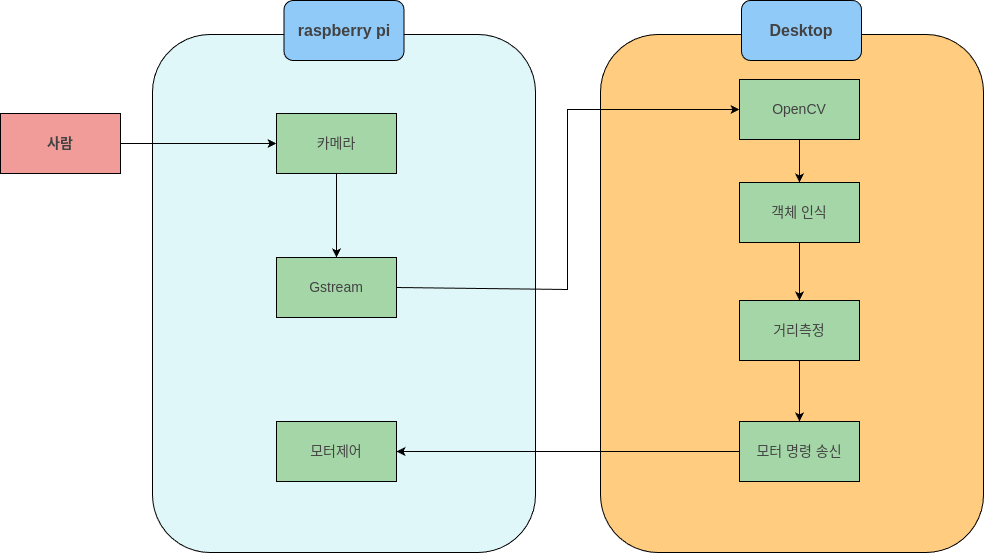
The draw.io diagram images/구성도.png in jsamez/05-tailer-swift, before a commit. Source tidied: cells renumbered, new cells last; positions are measured from the earlier drawing's top-left corner, leaving out a move shared by most shapes. Source of this version:
```xml
<mxGraphModel>
  <root>
    <mxCell id="0" />
    <mxCell id="1" parent="0" />
    <mxCell id="2" style="rounded=1;whiteSpace=wrap;html=1;fillColor=#E0F7FA;" parent="1" vertex="1">
      <mxGeometry x="152" y="34" width="383" height="518" as="geometry" />
    </mxCell>
    <mxCell id="3" value="raspberry pi" style="rounded=1;whiteSpace=wrap;html=1;strokeColor=#000000;fillColor=#90CAF9;fontColor=#424242;fontSize=16;fontStyle=1;" parent="1" vertex="1">
      <mxGeometry x="283.5" width="120" height="60" as="geometry" />
    </mxCell>
    <mxCell id="4" style="edgeStyle=orthogonalEdgeStyle;rounded=0;jettySize=auto;html=1;" parent="1" edge="1" source="5" target="8">
      <mxGeometry relative="1" as="geometry" />
    </mxCell>
    <mxCell id="5" value="카메라" style="rounded=0;whiteSpace=wrap;html=1;strokeColor=default;fillColor=#A5D6A7;fontColor=#424242;fontSize=14;" parent="1" vertex="1">
      <mxGeometry x="276" y="113" width="120" height="60" as="geometry" />
    </mxCell>
    <mxCell id="6" value="사람" style="rounded=0;whiteSpace=wrap;html=1;strokeColor=#000000;fillColor=#F19C99;fontColor=#424242;fontSize=14;fontStyle=1;" parent="1" vertex="1">
      <mxGeometry y="113" width="120" height="60" as="geometry" />
    </mxCell>
    <mxCell id="7" style="endArrow=classic;html=1;rounded=0;exitX=1;exitY=0.5;exitDx=0;exitDy=0;entryX=0;entryY=0.5;entryDx=0;entryDy=0;" parent="1" edge="1" source="6" target="5">
      <mxGeometry relative="1" as="geometry" />
    </mxCell>
    <mxCell id="8" value="Gstream" style="rounded=0;whiteSpace=wrap;html=1;strokeColor=default;fillColor=#A5D6A7;fontColor=#424242;fontSize=14;" parent="1" vertex="1">
      <mxGeometry x="276" y="257" width="120" height="60" as="geometry" />
    </mxCell>
    <mxCell id="9" style="rounded=1;whiteSpace=wrap;html=1;fillColor=#FFCC80;" parent="1" vertex="1">
      <mxGeometry x="600" y="34" width="383" height="518" as="geometry" />
    </mxCell>
    <mxCell id="10" value="Desktop" style="rounded=1;whiteSpace=wrap;html=1;strokeColor=#000000;fillColor=#90CAF9;fontColor=#424242;fontSize=16;fontStyle=1;" parent="1" vertex="1">
      <mxGeometry x="741" width="120" height="60" as="geometry" />
    </mxCell>
    <mxCell id="11" style="edgeStyle=orthogonalEdgeStyle;rounded=0;jettySize=auto;html=1;" parent="1" edge="1" source="12" target="15">
      <mxGeometry relative="1" as="geometry" />
    </mxCell>
    <mxCell id="12" value="OpenCV" style="rounded=0;whiteSpace=wrap;html=1;strokeColor=default;fillColor=#A5D6A7;fontColor=#424242;fontSize=14;" parent="1" vertex="1">
      <mxGeometry x="739" y="79" width="120" height="60" as="geometry" />
    </mxCell>
    <mxCell id="13" style="endArrow=classic;html=1;rounded=0;exitX=1;exitY=0.5;exitDx=0;exitDy=0;entryX=0;entryY=0.5;entryDx=0;entryDy=0;" parent="1" edge="1" source="8" target="12">
      <mxGeometry relative="1" as="geometry">
        <Array as="points">
          <mxPoint x="567" y="289" />
          <mxPoint x="567" y="109" />
        </Array>
      </mxGeometry>
    </mxCell>
    <mxCell id="14" style="edgeStyle=orthogonalEdgeStyle;rounded=0;jettySize=auto;html=1;" parent="1" edge="1" source="15" target="17">
      <mxGeometry relative="1" as="geometry" />
    </mxCell>
    <mxCell id="15" value="객체 인식" style="rounded=0;whiteSpace=wrap;html=1;strokeColor=default;fillColor=#A5D6A7;fontColor=#424242;fontSize=14;" parent="1" vertex="1">
      <mxGeometry x="739" y="182" width="120" height="60" as="geometry" />
    </mxCell>
    <mxCell id="16" style="edgeStyle=orthogonalEdgeStyle;rounded=0;jettySize=auto;html=1;" parent="1" edge="1" source="17" target="19">
      <mxGeometry relative="1" as="geometry" />
    </mxCell>
    <mxCell id="17" value="거리측정" style="rounded=0;whiteSpace=wrap;html=1;strokeColor=default;fillColor=#A5D6A7;fontColor=#424242;fontSize=14;" parent="1" vertex="1">
      <mxGeometry x="739" y="300" width="120" height="60" as="geometry" />
    </mxCell>
    <mxCell id="18" style="edgeStyle=orthogonalEdgeStyle;rounded=0;jettySize=auto;html=1;" parent="1" edge="1" source="19" target="20">
      <mxGeometry relative="1" as="geometry" />
    </mxCell>
    <mxCell id="19" value="모터 명령 송신" style="rounded=0;whiteSpace=wrap;html=1;strokeColor=default;fillColor=#A5D6A7;fontColor=#424242;fontSize=14;" parent="1" vertex="1">
      <mxGeometry x="739" y="421" width="120" height="60" as="geometry" />
    </mxCell>
    <mxCell id="20" value="모터제어" style="rounded=0;whiteSpace=wrap;html=1;strokeColor=default;fillColor=#A5D6A7;fontColor=#424242;fontSize=14;" parent="1" vertex="1">
      <mxGeometry x="276" y="421" width="120" height="60" as="geometry" />
    </mxCell>
  </root>
</mxGraphModel>
```
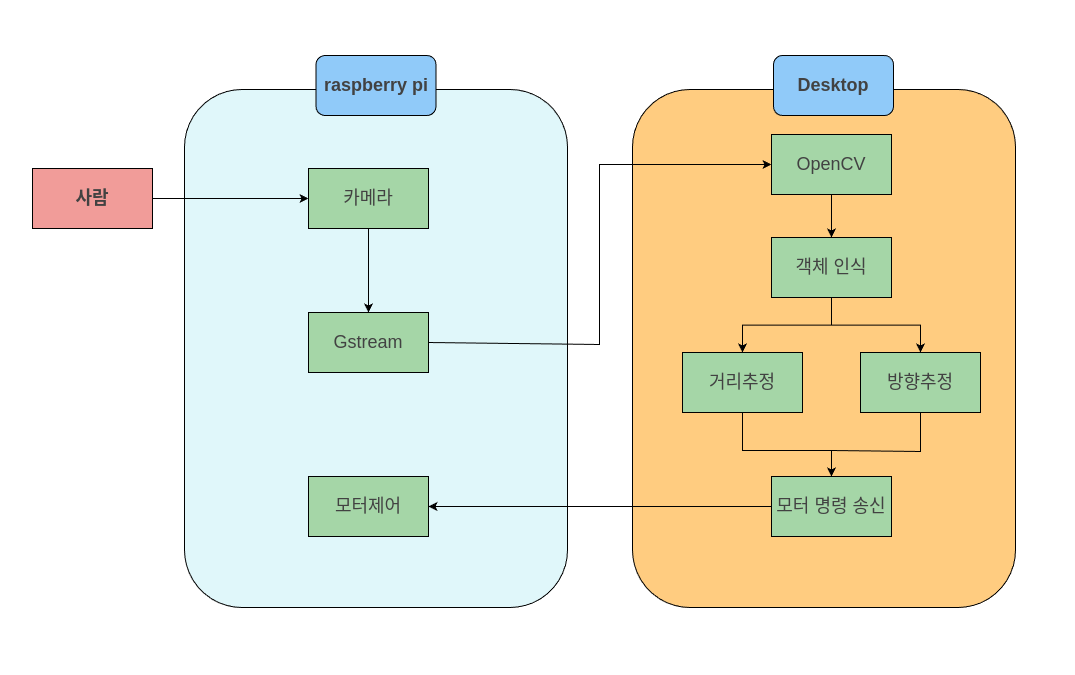
Later version of the same file.

What changed in the source:
```diff
@@ -2,40 +2,43 @@
   <root>
     <mxCell id="0" />
     <mxCell id="1" parent="0" />
+    <mxCell id="21" style="rounded=0;whiteSpace=wrap;html=1;fillColor=none;strokeColor=#FFFFFF;" parent="1" vertex="1">
+      <mxGeometry x="-32" y="-55" width="1074" height="674" as="geometry" />
+    </mxCell>
-    <mxCell id="2" style="rounded=1;whiteSpace=wrap;html=1;fillColor=#E0F7FA;" parent="1" vertex="1">
+    <mxCell id="2" style="rounded=1;whiteSpace=wrap;html=1;fillColor=#E0F7FA;fontSize=18;" parent="1" vertex="1">
       <mxGeometry x="152" y="34" width="383" height="518" as="geometry" />
     </mxCell>
-    <mxCell id="3" value="raspberry pi" style="rounded=1;whiteSpace=wrap;html=1;strokeColor=#000000;fillColor=#90CAF9;fontColor=#424242;fontSize=16;fontStyle=1;" parent="1" vertex="1">
+    <mxCell id="3" value="raspberry pi" style="rounded=1;whiteSpace=wrap;html=1;strokeColor=#000000;fillColor=#90CAF9;fontColor=#424242;fontSize=18;fontStyle=1;" parent="1" vertex="1">
       <mxGeometry x="283.5" width="120" height="60" as="geometry" />
     </mxCell>
-    <mxCell id="4" style="edgeStyle=orthogonalEdgeStyle;rounded=0;jettySize=auto;html=1;" parent="1" edge="1" source="5" target="8">
+    <mxCell id="4" style="edgeStyle=orthogonalEdgeStyle;rounded=0;jettySize=auto;html=1;fontSize=18;" parent="1" edge="1" source="5" target="8">
       <mxGeometry relative="1" as="geometry" />
     </mxCell>
-    <mxCell id="5" value="카메라" style="rounded=0;whiteSpace=wrap;html=1;strokeColor=default;fillColor=#A5D6A7;fontColor=#424242;fontSize=14;" parent="1" vertex="1">
+    <mxCell id="5" value="카메라" style="rounded=0;whiteSpace=wrap;html=1;strokeColor=default;fillColor=#A5D6A7;fontColor=#424242;fontSize=18;" parent="1" vertex="1">
       <mxGeometry x="276" y="113" width="120" height="60" as="geometry" />
     </mxCell>
-    <mxCell id="6" value="사람" style="rounded=0;whiteSpace=wrap;html=1;strokeColor=#000000;fillColor=#F19C99;fontColor=#424242;fontSize=14;fontStyle=1;" parent="1" vertex="1">
+    <mxCell id="6" value="사람" style="rounded=0;whiteSpace=wrap;html=1;strokeColor=#000000;fillColor=#F19C99;fontColor=#424242;fontSize=18;fontStyle=1;" parent="1" vertex="1">
       <mxGeometry y="113" width="120" height="60" as="geometry" />
     </mxCell>
-    <mxCell id="7" style="endArrow=classic;html=1;rounded=0;exitX=1;exitY=0.5;exitDx=0;exitDy=0;entryX=0;entryY=0.5;entryDx=0;entryDy=0;" parent="1" edge="1" source="6" target="5">
+    <mxCell id="7" style="endArrow=classic;html=1;rounded=0;exitX=1;exitY=0.5;exitDx=0;exitDy=0;entryX=0;entryY=0.5;entryDx=0;entryDy=0;fontSize=18;" parent="1" edge="1" source="6" target="5">
       <mxGeometry relative="1" as="geometry" />
     </mxCell>
-    <mxCell id="8" value="Gstream" style="rounded=0;whiteSpace=wrap;html=1;strokeColor=default;fillColor=#A5D6A7;fontColor=#424242;fontSize=14;" parent="1" vertex="1">
+    <mxCell id="8" value="Gstream" style="rounded=0;whiteSpace=wrap;html=1;strokeColor=default;fillColor=#A5D6A7;fontColor=#424242;fontSize=18;" parent="1" vertex="1">
       <mxGeometry x="276" y="257" width="120" height="60" as="geometry" />
     </mxCell>
-    <mxCell id="9" style="rounded=1;whiteSpace=wrap;html=1;fillColor=#FFCC80;" parent="1" vertex="1">
+    <mxCell id="9" style="rounded=1;whiteSpace=wrap;html=1;fillColor=#FFCC80;fontSize=18;" parent="1" vertex="1">
       <mxGeometry x="600" y="34" width="383" height="518" as="geometry" />
     </mxCell>
-    <mxCell id="10" value="Desktop" style="rounded=1;whiteSpace=wrap;html=1;strokeColor=#000000;fillColor=#90CAF9;fontColor=#424242;fontSize=16;fontStyle=1;" parent="1" vertex="1">
+    <mxCell id="10" value="Desktop" style="rounded=1;whiteSpace=wrap;html=1;strokeColor=#000000;fillColor=#90CAF9;fontColor=#424242;fontSize=18;fontStyle=1;" parent="1" vertex="1">
       <mxGeometry x="741" width="120" height="60" as="geometry" />
     </mxCell>
-    <mxCell id="11" style="edgeStyle=orthogonalEdgeStyle;rounded=0;jettySize=auto;html=1;" parent="1" edge="1" source="12" target="15">
+    <mxCell id="11" style="edgeStyle=orthogonalEdgeStyle;rounded=0;jettySize=auto;html=1;fontSize=18;" parent="1" edge="1" source="12" target="15">
       <mxGeometry relative="1" as="geometry" />
     </mxCell>
-    <mxCell id="12" value="OpenCV" style="rounded=0;whiteSpace=wrap;html=1;strokeColor=default;fillColor=#A5D6A7;fontColor=#424242;fontSize=14;" parent="1" vertex="1">
+    <mxCell id="12" value="OpenCV" style="rounded=0;whiteSpace=wrap;html=1;strokeColor=default;fillColor=#A5D6A7;fontColor=#424242;fontSize=18;" parent="1" vertex="1">
       <mxGeometry x="739" y="79" width="120" height="60" as="geometry" />
     </mxCell>
-    <mxCell id="13" style="endArrow=classic;html=1;rounded=0;exitX=1;exitY=0.5;exitDx=0;exitDy=0;entryX=0;entryY=0.5;entryDx=0;entryDy=0;" parent="1" edge="1" source="8" target="12">
+    <mxCell id="13" style="endArrow=classic;html=1;rounded=0;exitX=1;exitY=0.5;exitDx=0;exitDy=0;entryX=0;entryY=0.5;entryDx=0;entryDy=0;fontSize=18;" parent="1" edge="1" source="8" target="12">
       <mxGeometry relative="1" as="geometry">
         <Array as="points">
           <mxPoint x="567" y="289" />
@@ -43,26 +46,45 @@
         </Array>
       </mxGeometry>
     </mxCell>
-    <mxCell id="14" style="edgeStyle=orthogonalEdgeStyle;rounded=0;jettySize=auto;html=1;" parent="1" edge="1" source="15" target="17">
+    <mxCell id="14" style="edgeStyle=orthogonalEdgeStyle;rounded=0;jettySize=auto;html=1;fontSize=18;" parent="1" edge="1" source="15" target="17">
       <mxGeometry relative="1" as="geometry" />
     </mxCell>
-    <mxCell id="15" value="객체 인식" style="rounded=0;whiteSpace=wrap;html=1;strokeColor=default;fillColor=#A5D6A7;fontColor=#424242;fontSize=14;" parent="1" vertex="1">
+    <mxCell id="15" value="객체 인식" style="rounded=0;whiteSpace=wrap;html=1;strokeColor=default;fillColor=#A5D6A7;fontColor=#424242;fontSize=18;" parent="1" vertex="1">
       <mxGeometry x="739" y="182" width="120" height="60" as="geometry" />
     </mxCell>
-    <mxCell id="16" style="edgeStyle=orthogonalEdgeStyle;rounded=0;jettySize=auto;html=1;" parent="1" edge="1" source="17" target="19">
-      <mxGeometry relative="1" as="geometry" />
-    </mxCell>
-    <mxCell id="17" value="거리측정" style="rounded=0;whiteSpace=wrap;html=1;strokeColor=default;fillColor=#A5D6A7;fontColor=#424242;fontSize=14;" parent="1" vertex="1">
-      <mxGeometry x="739" y="300" width="120" height="60" as="geometry" />
+    <mxCell id="17" value="거리추정" style="rounded=0;whiteSpace=wrap;html=1;strokeColor=default;fillColor=#A5D6A7;fontColor=#424242;fontSize=18;" parent="1" vertex="1">
+      <mxGeometry x="650" y="297" width="120" height="60" as="geometry" />
     </mxCell>
-    <mxCell id="18" style="edgeStyle=orthogonalEdgeStyle;rounded=0;jettySize=auto;html=1;" parent="1" edge="1" source="19" target="20">
+    <mxCell id="18" style="edgeStyle=orthogonalEdgeStyle;rounded=0;jettySize=auto;html=1;fontSize=18;" parent="1" edge="1" source="19" target="20">
       <mxGeometry relative="1" as="geometry" />
     </mxCell>
-    <mxCell id="19" value="모터 명령 송신" style="rounded=0;whiteSpace=wrap;html=1;strokeColor=default;fillColor=#A5D6A7;fontColor=#424242;fontSize=14;" parent="1" vertex="1">
+    <mxCell id="19" value="모터 명령 송신" style="rounded=0;whiteSpace=wrap;html=1;strokeColor=default;fillColor=#A5D6A7;fontColor=#424242;fontSize=18;" parent="1" vertex="1">
       <mxGeometry x="739" y="421" width="120" height="60" as="geometry" />
     </mxCell>
-    <mxCell id="20" value="모터제어" style="rounded=0;whiteSpace=wrap;html=1;strokeColor=default;fillColor=#A5D6A7;fontColor=#424242;fontSize=14;" parent="1" vertex="1">
+    <mxCell id="20" value="모터제어" style="rounded=0;whiteSpace=wrap;html=1;strokeColor=default;fillColor=#A5D6A7;fontColor=#424242;fontSize=18;" parent="1" vertex="1">
       <mxGeometry x="276" y="421" width="120" height="60" as="geometry" />
     </mxCell>
+    <mxCell id="22" value="방향추정" style="rounded=0;whiteSpace=wrap;html=1;strokeColor=default;fillColor=#A5D6A7;fontColor=#424242;fontSize=18;" parent="1" vertex="1">
+      <mxGeometry x="828" y="297" width="120" height="60" as="geometry" />
+    </mxCell>
+    <mxCell id="23" style="edgeStyle=orthogonalEdgeStyle;rounded=0;jettySize=auto;html=1;fontSize=18;exitX=0.5;exitY=1;exitDx=0;exitDy=0;entryX=0.5;entryY=0;entryDx=0;entryDy=0;" parent="1" edge="1" source="15" target="22">
+      <mxGeometry relative="1" as="geometry" />
+    </mxCell>
+    <mxCell id="16" style="endArrow=classic;html=1;rounded=0;exitX=0.5;exitY=1;exitDx=0;exitDy=0;entryX=0.5;entryY=0;entryDx=0;entryDy=0;" parent="1" edge="1" source="17" target="19">
+      <mxGeometry relative="1" as="geometry">
+        <Array as="points">
+          <mxPoint x="710" y="395" />
+          <mxPoint x="799" y="395" />
+        </Array>
+      </mxGeometry>
+    </mxCell>
+    <mxCell id="24" style="endArrow=classic;html=1;rounded=0;exitX=0.5;exitY=1;exitDx=0;exitDy=0;entryX=0.5;entryY=0;entryDx=0;entryDy=0;" parent="1" edge="1" source="22" target="19">
+      <mxGeometry relative="1" as="geometry">
+        <Array as="points">
+          <mxPoint x="888" y="396" />
+          <mxPoint x="799" y="395" />
+        </Array>
+      </mxGeometry>
+    </mxCell>
   </root>
 </mxGraphModel>
```
